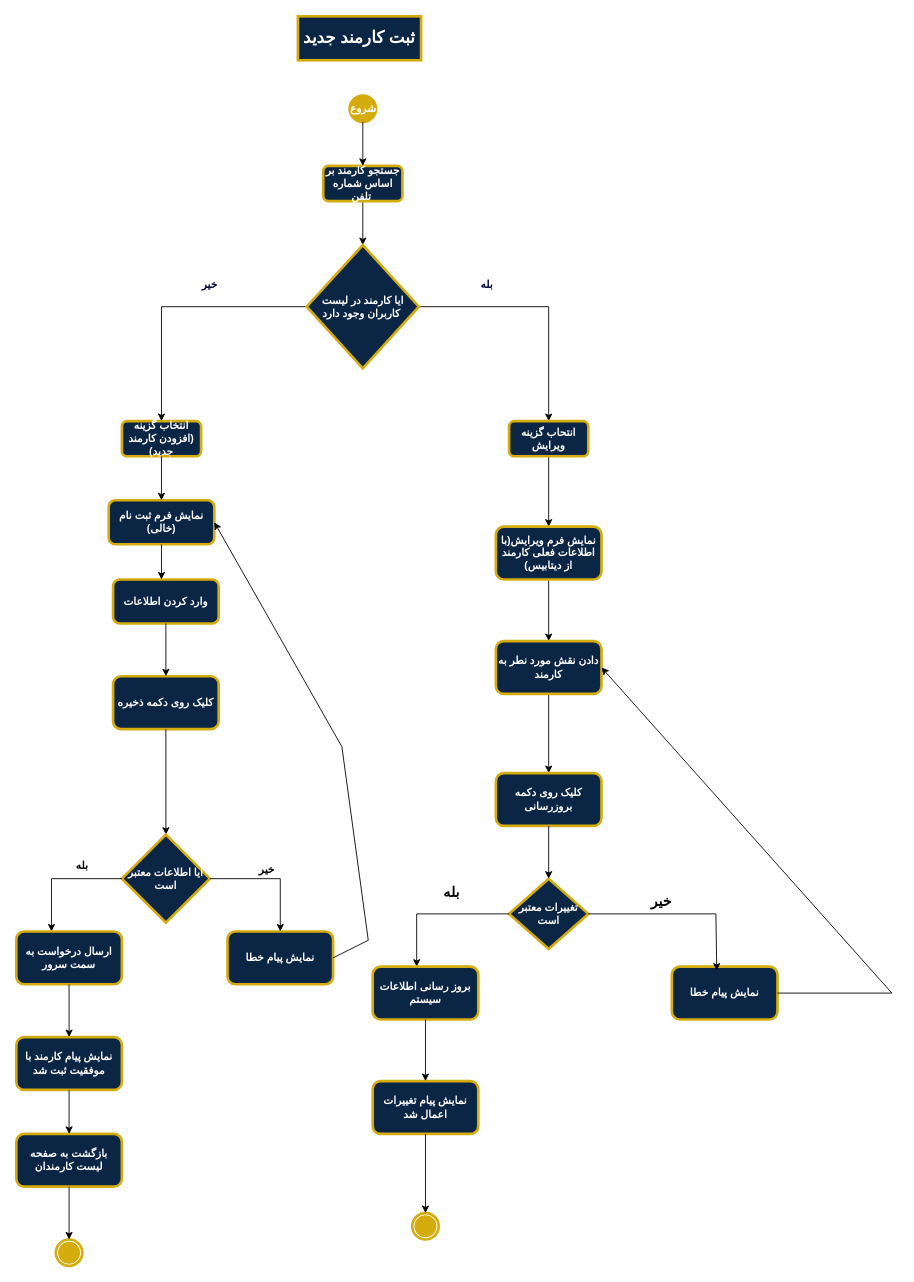
Before: page "Register Worker" (2 of 2) of Documentation/Analysis/Modeling/Functional Models/Org Admin/org admin activity diagram.drawio in TnT74K/Project-SAD, a draw.io diagram. Source tidied: cells renumbered, new cells numbered last; positions are measured from the earlier drawing's top-left corner, leaving out a move shared by most shapes. Both pictures are drawn from the tidied source at 88%, with x=0, y=0 at pixel (16, 16).
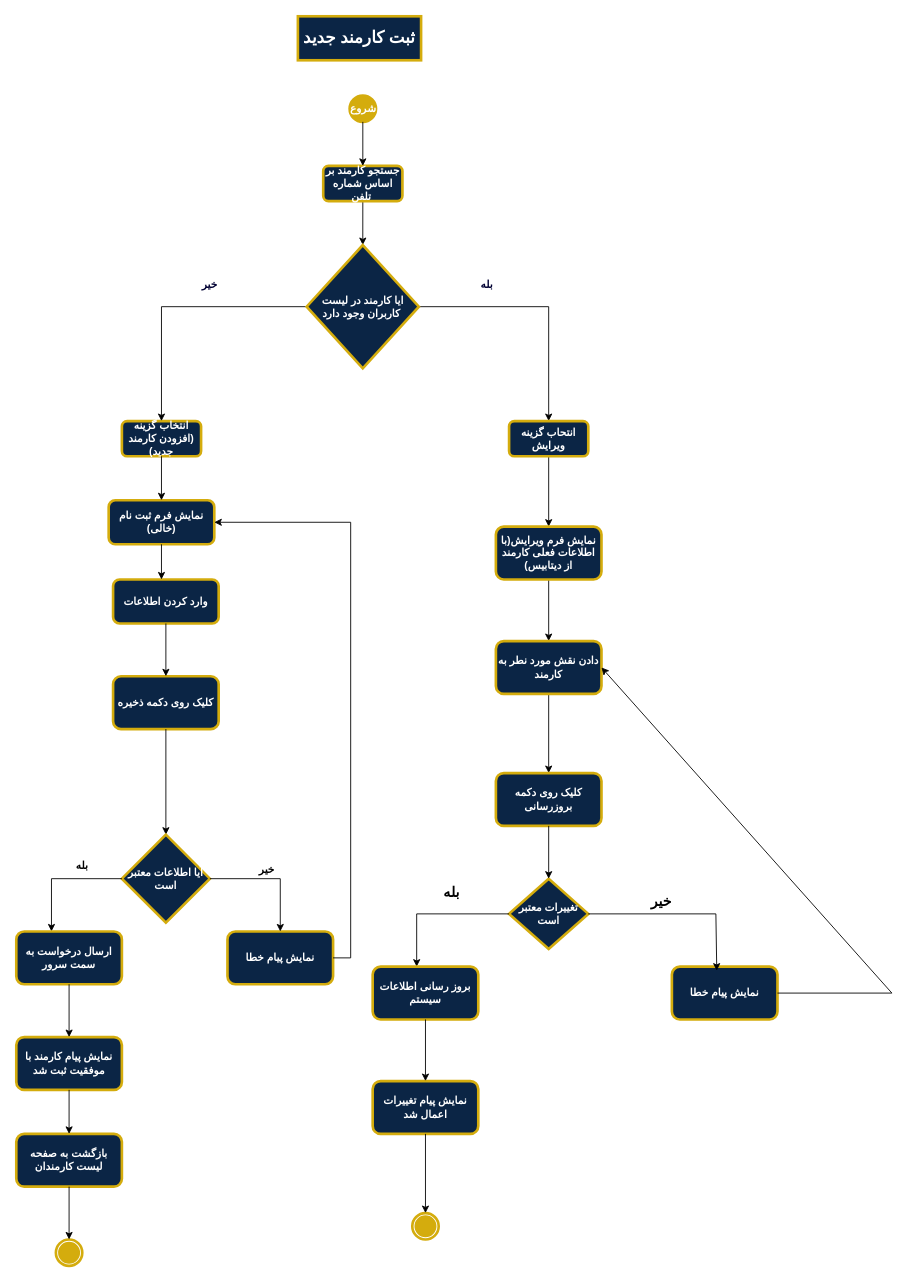
The same diagram, later.

The change refers to these unchanged cells:
```xml
<mxCell id="5" value="نمایش فرم ثبت نام (خالی)" style="rounded=1;whiteSpace=wrap;html=1;strokeColor=light-dark(#D4AC0D,#D4AC0D);strokeWidth=3;align=center;verticalAlign=middle;fontFamily=zain;fontSize=12;fontColor=light-dark(#FFFFFF,#FFFFFF);fontStyle=1;labelBackgroundColor=none;fillColor=light-dark(#0B2545,#0B2545);" parent="1" vertex="1">
  <mxGeometry x="105" y="550" width="120" height="50" as="geometry" />
</mxCell>
```

Change to the diagram source:
```diff
@@
-    <mxCell id="17" style="endArrow=classic;html=1;rounded=0;fontFamily=zain;fontSize=12;fontColor=light-dark(#FFFFFF,#FFFFFF);fontStyle=1;labelBackgroundColor=none;entryX=1;entryY=0.5;entryDx=0;entryDy=0;" parent="1" edge="1" target="5">
+    <mxCell id="17" style="endArrow=classic;html=1;rounded=0;fontFamily=zain;fontSize=12;fontColor=light-dark(#FFFFFF,#FFFFFF);fontStyle=1;labelBackgroundColor=none;entryX=1;entryY=0.5;entryDx=0;entryDy=0;edgeStyle=orthogonalEdgeStyle;" parent="1" edge="1" target="5">
       <mxGeometry relative="1" as="geometry">
         <mxPoint x="360" y="1070" as="sourcePoint" />
         <Array as="points">
-          <mxPoint x="400" y="1050" />
-          <mxPoint x="370" y="830" />
+          <mxPoint x="380" y="1070" />
+          <mxPoint x="380" y="575" />
         </Array>
       </mxGeometry>
     </mxCell>
```
